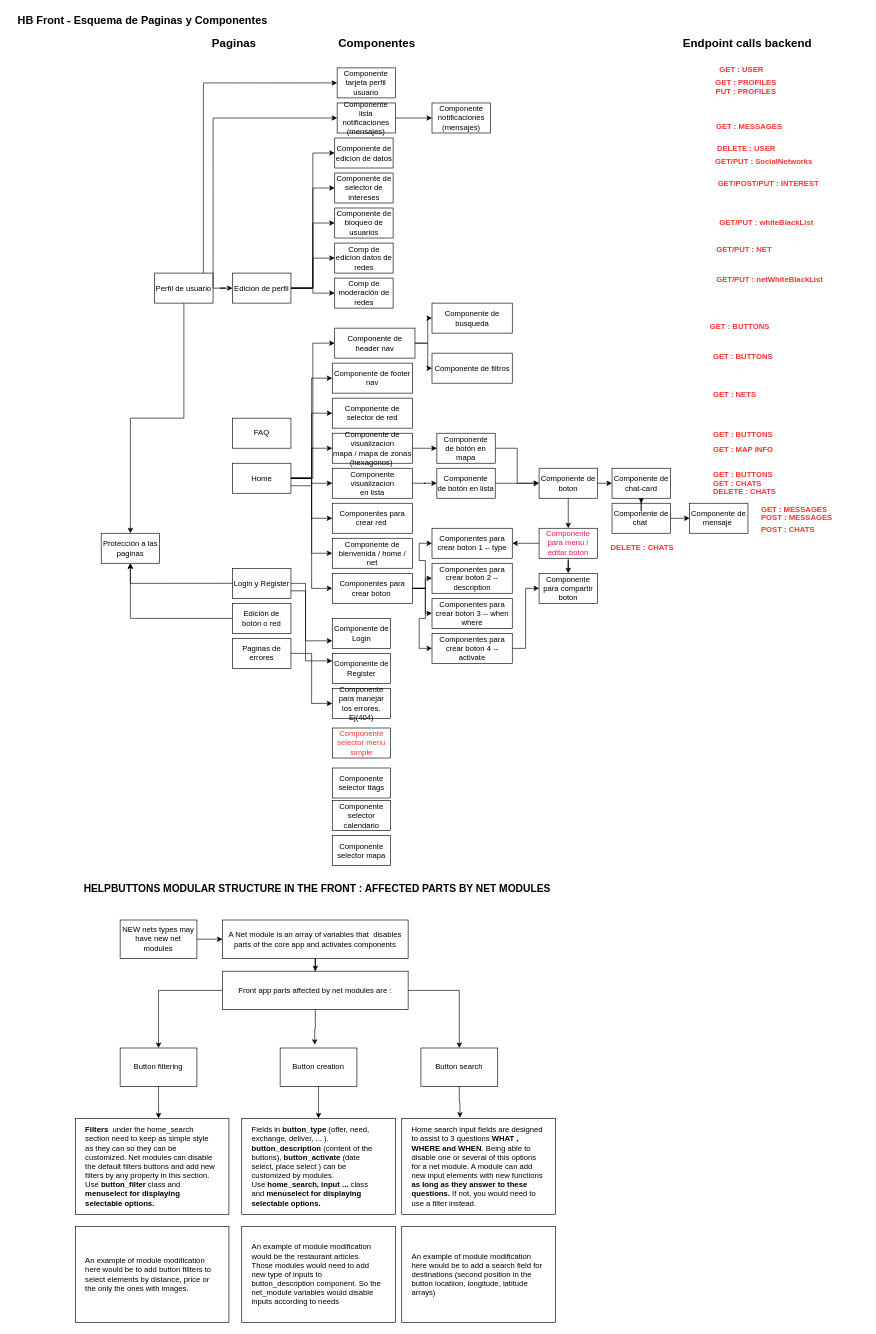
Above: page "front" (1 of 3) of HB-COMPONENTS-TS-REACT.drawio in helpbuttons/hb-docs (draw.io), before the change. Source tidied: cells renumbered, new cells numbered last; positions are measured from the earlier drawing's top-left corner, leaving out a move shared by most shapes. Both pictures are drawn from the tidied source at 64%, with x=0, y=0 at pixel (11, 11).
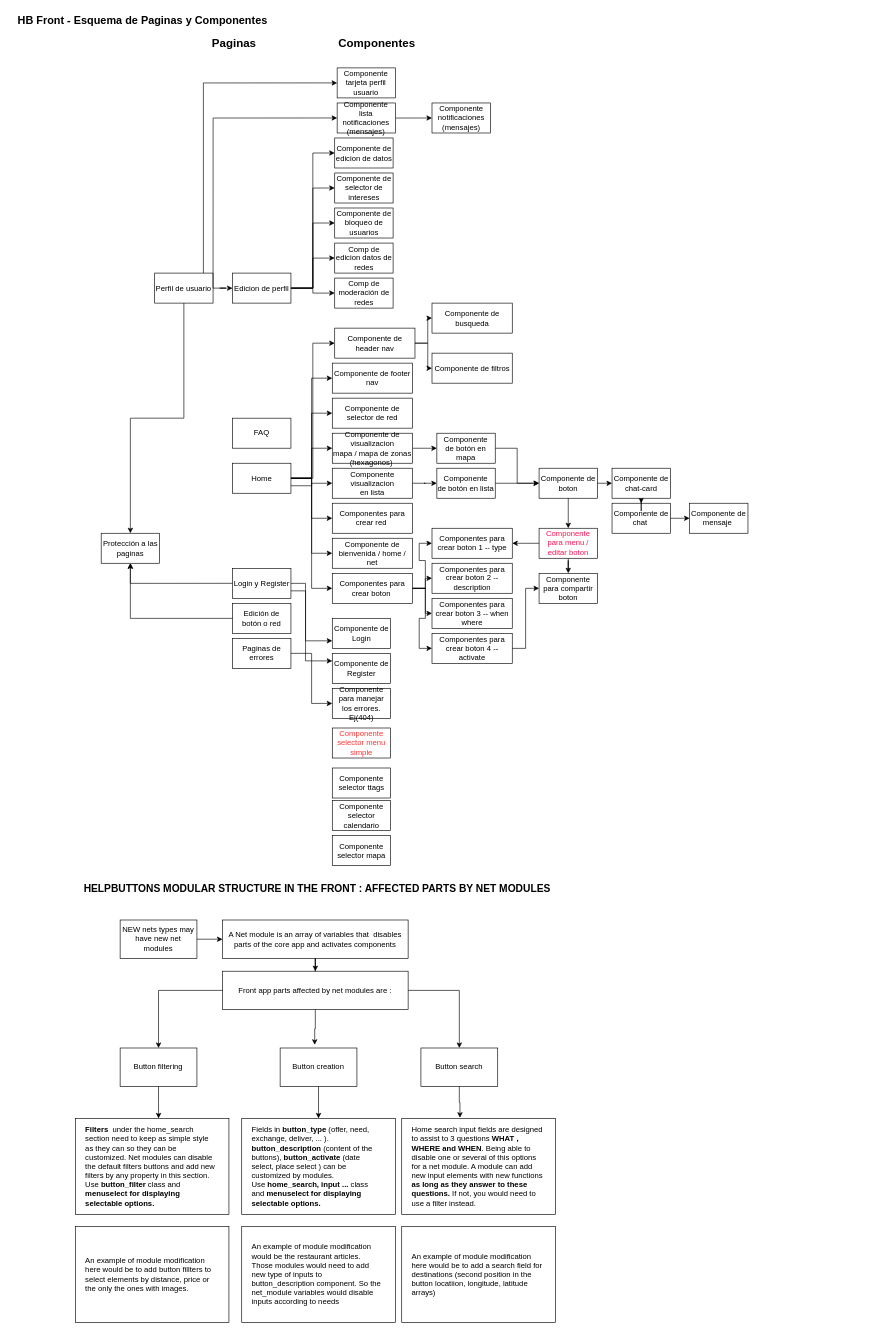
After the change.

The edit, as a diff of the source:
```diff
@@
-    <mxCell id="90" value="&lt;font style=&quot;font-size: 18px&quot;&gt;Endpoint calls backend&lt;/font&gt;" style="text;html=1;align=center;verticalAlign=middle;strokeColor=none;fontStyle=1;" parent="1" vertex="1">
-      <mxGeometry x="1040" y="40" width="220" height="20" as="geometry" />
-    </mxCell>
-    <mxCell id="91" value="&lt;font color=&quot;#ff3333&quot;&gt;&lt;b&gt;GET : PROFILES&amp;nbsp;&lt;/b&gt;&lt;/font&gt;" style="text;html=1;strokeColor=none;fillColor=none;align=center;verticalAlign=middle;whiteSpace=wrap;rounded=0;" parent="1" vertex="1">
-      <mxGeometry x="1090" y="102.1" width="120" height="20" as="geometry" />
-    </mxCell>
-    <mxCell id="92" value="&lt;font color=&quot;#ff3333&quot;&gt;&lt;b&gt;GET : MESSAGES&amp;nbsp;&lt;/b&gt;&lt;/font&gt;" style="text;html=1;strokeColor=none;fillColor=none;align=center;verticalAlign=middle;whiteSpace=wrap;rounded=0;" parent="1" vertex="1">
-      <mxGeometry x="1095" y="170" width="120" height="20" as="geometry" />
-    </mxCell>
-    <mxCell id="93" value="&lt;font color=&quot;#ff3333&quot;&gt;&lt;b&gt;GET/POST/PUT : INTEREST&amp;nbsp;&lt;/b&gt;&lt;/font&gt;" style="text;html=1;strokeColor=none;fillColor=none;align=center;verticalAlign=middle;whiteSpace=wrap;rounded=0;" parent="1" vertex="1">
-      <mxGeometry x="1100" y="259.7" width="170" height="20" as="geometry" />
-    </mxCell>
-    <mxCell id="94" value="&lt;font color=&quot;#ff3333&quot;&gt;&lt;b&gt;GET/PUT : SocialNetworks&amp;nbsp;&lt;/b&gt;&lt;/font&gt;" style="text;html=1;strokeColor=none;fillColor=none;align=center;verticalAlign=middle;whiteSpace=wrap;rounded=0;" parent="1" vertex="1">
-      <mxGeometry x="1082.5" y="225" width="190" height="20" as="geometry" />
-    </mxCell>
-    <mxCell id="95" style="edgeStyle=none;rounded=0;orthogonalLoop=1;jettySize=auto;html=1;exitX=0.75;exitY=1;exitDx=0;exitDy=0;dashed=1;" parent="1" edge="1" source="93" target="93">
-      <mxGeometry relative="1" as="geometry" />
-    </mxCell>
-    <mxCell id="96" value="&lt;font color=&quot;#ff3333&quot;&gt;&lt;b&gt;GET/PUT : whiteBlackList&amp;nbsp;&lt;/b&gt;&lt;/font&gt;" style="text;html=1;strokeColor=none;fillColor=none;align=left;verticalAlign=middle;whiteSpace=wrap;rounded=0;" parent="1" vertex="1">
-      <mxGeometry x="1105" y="321" width="165" height="20" as="geometry" />
-    </mxCell>
-    <mxCell id="97" value="&lt;font color=&quot;#ff3333&quot;&gt;&lt;b&gt;GET/PUT : NET&amp;nbsp;&lt;/b&gt;&lt;/font&gt;" style="text;html=1;strokeColor=none;fillColor=none;align=left;verticalAlign=middle;whiteSpace=wrap;rounded=0;" parent="1" vertex="1">
-      <mxGeometry x="1100" y="362.3" width="165" height="20" as="geometry" />
-    </mxCell>
-    <mxCell id="98" value="&lt;font color=&quot;#ff3333&quot;&gt;&lt;b&gt;GET/PUT : netWhiteBlackList&amp;nbsp;&lt;/b&gt;&lt;/font&gt;" style="text;html=1;strokeColor=none;fillColor=none;align=left;verticalAlign=middle;whiteSpace=wrap;rounded=0;" parent="1" vertex="1">
-      <mxGeometry x="1100" y="409.2" width="210" height="20" as="geometry" />
-    </mxCell>
@@
-    <mxCell id="121" value="&lt;font color=&quot;#ff3333&quot;&gt;&lt;b&gt;GET : BUTTONS&amp;nbsp;&lt;/b&gt;&lt;/font&gt;" style="text;html=1;strokeColor=none;fillColor=none;align=left;verticalAlign=middle;whiteSpace=wrap;rounded=0;" parent="1" vertex="1">
-      <mxGeometry x="1090" y="483" width="165" height="20" as="geometry" />
-    </mxCell>
-    <mxCell id="122" value="&lt;font color=&quot;#ff3333&quot;&gt;&lt;b&gt;GET : BUTTONS&amp;nbsp;&lt;/b&gt;&lt;/font&gt;" style="text;html=1;strokeColor=none;fillColor=none;align=left;verticalAlign=middle;whiteSpace=wrap;rounded=0;" parent="1" vertex="1">
-      <mxGeometry x="1095" y="529.9" width="165" height="20" as="geometry" />
-    </mxCell>
-    <mxCell id="123" value="&lt;font color=&quot;#ff3333&quot;&gt;&lt;b&gt;GET : NETS&amp;nbsp;&lt;/b&gt;&lt;/font&gt;" style="text;html=1;strokeColor=none;fillColor=none;align=left;verticalAlign=middle;whiteSpace=wrap;rounded=0;" parent="1" vertex="1">
-      <mxGeometry x="1095" y="590" width="165" height="20" as="geometry" />
-    </mxCell>
-    <mxCell id="124" value="&lt;font color=&quot;#ff3333&quot;&gt;&lt;b&gt;GET : BUTTONS&amp;nbsp;&lt;/b&gt;&lt;/font&gt;" style="text;html=1;strokeColor=none;fillColor=none;align=left;verticalAlign=middle;whiteSpace=wrap;rounded=0;" parent="1" vertex="1">
-      <mxGeometry x="1095" y="651.5" width="165" height="20" as="geometry" />
-    </mxCell>
-    <mxCell id="125" value="&lt;font color=&quot;#ff3333&quot;&gt;&lt;b&gt;GET : MAP INFO&amp;nbsp;&lt;/b&gt;&lt;/font&gt;" style="text;html=1;strokeColor=none;fillColor=none;align=left;verticalAlign=middle;whiteSpace=wrap;rounded=0;" parent="1" vertex="1">
-      <mxGeometry x="1095" y="675" width="165" height="20" as="geometry" />
-    </mxCell>
-    <mxCell id="126" value="&lt;font color=&quot;#ff3333&quot;&gt;&lt;b&gt;GET : BUTTONS&amp;nbsp;&lt;/b&gt;&lt;/font&gt;" style="text;html=1;strokeColor=none;fillColor=none;align=left;verticalAlign=middle;whiteSpace=wrap;rounded=0;" parent="1" vertex="1">
-      <mxGeometry x="1095" y="714.1" width="165" height="20" as="geometry" />
-    </mxCell>
-    <mxCell id="127" value="&lt;font color=&quot;#ff3333&quot;&gt;&lt;b&gt;GET : CHATS&amp;nbsp;&lt;/b&gt;&lt;/font&gt;" style="text;html=1;strokeColor=none;fillColor=none;align=left;verticalAlign=middle;whiteSpace=wrap;rounded=0;" parent="1" vertex="1">
-      <mxGeometry x="1095" y="727.5" width="165" height="20" as="geometry" />
-    </mxCell>
-    <mxCell id="128" value="&lt;font color=&quot;#ff3333&quot;&gt;&lt;b&gt;GET : MESSAGES&amp;nbsp;&lt;/b&gt;&lt;/font&gt;" style="text;html=1;strokeColor=none;fillColor=none;align=left;verticalAlign=middle;whiteSpace=wrap;rounded=0;" parent="1" vertex="1">
-      <mxGeometry x="1170" y="768.8" width="165" height="20" as="geometry" />
-    </mxCell>
-    <mxCell id="129" value="&lt;font color=&quot;#ff3333&quot;&gt;&lt;b&gt;POST : MESSAGES&amp;nbsp;&lt;/b&gt;&lt;/font&gt;" style="text;html=1;strokeColor=none;fillColor=none;align=left;verticalAlign=middle;whiteSpace=wrap;rounded=0;" parent="1" vertex="1">
-      <mxGeometry x="1170" y="782.3" width="165" height="20" as="geometry" />
-    </mxCell>
-    <mxCell id="130" value="&lt;font color=&quot;#ff3333&quot;&gt;&lt;b&gt;POST : CHATS&amp;nbsp;&lt;/b&gt;&lt;/font&gt;" style="text;html=1;strokeColor=none;fillColor=none;align=left;verticalAlign=middle;whiteSpace=wrap;rounded=0;" parent="1" vertex="1">
-      <mxGeometry x="1170" y="799.7" width="165" height="20" as="geometry" />
-    </mxCell>
-    <mxCell id="131" value="&lt;font color=&quot;#ff3333&quot;&gt;&lt;b&gt;DELETE : CHATS&amp;nbsp;&lt;/b&gt;&lt;/font&gt;" style="text;html=1;strokeColor=none;fillColor=none;align=left;verticalAlign=middle;whiteSpace=wrap;rounded=0;" parent="1" vertex="1">
-      <mxGeometry x="1095" y="741" width="165" height="20" as="geometry" />
-    </mxCell>
-    <mxCell id="132" value="&lt;font color=&quot;#ff3333&quot;&gt;&lt;b&gt;DELETE : CHATS&amp;nbsp;&lt;/b&gt;&lt;/font&gt;" style="text;html=1;strokeColor=none;fillColor=none;align=left;verticalAlign=middle;whiteSpace=wrap;rounded=0;" parent="1" vertex="1">
-      <mxGeometry x="935" y="829.2" width="165" height="20" as="geometry" />
-    </mxCell>
-    <mxCell id="133" value="&lt;font color=&quot;#ff3333&quot;&gt;&lt;b&gt;DELETE : USER&amp;nbsp;&lt;/b&gt;&lt;/font&gt;" style="text;html=1;strokeColor=none;fillColor=none;align=center;verticalAlign=middle;whiteSpace=wrap;rounded=0;" parent="1" vertex="1">
-      <mxGeometry x="1067.5" y="205" width="165" height="20" as="geometry" />
-    </mxCell>
-    <mxCell id="134" value="&lt;font color=&quot;#ff3333&quot;&gt;&lt;b&gt;PUT : PROFILES&amp;nbsp;&lt;/b&gt;&lt;/font&gt;" style="text;html=1;strokeColor=none;fillColor=none;align=center;verticalAlign=middle;whiteSpace=wrap;rounded=0;" parent="1" vertex="1">
-      <mxGeometry x="1090" y="115.5" width="120" height="20" as="geometry" />
-    </mxCell>
-    <mxCell id="135" value="&lt;font color=&quot;#ff3333&quot;&gt;&lt;b&gt;GET : USER&amp;nbsp;&lt;/b&gt;&lt;/font&gt;" style="text;html=1;strokeColor=none;fillColor=none;align=center;verticalAlign=middle;whiteSpace=wrap;rounded=0;" parent="1" vertex="1">
-      <mxGeometry x="1082.5" y="82.1" width="120" height="20" as="geometry" />
-    </mxCell>
```
